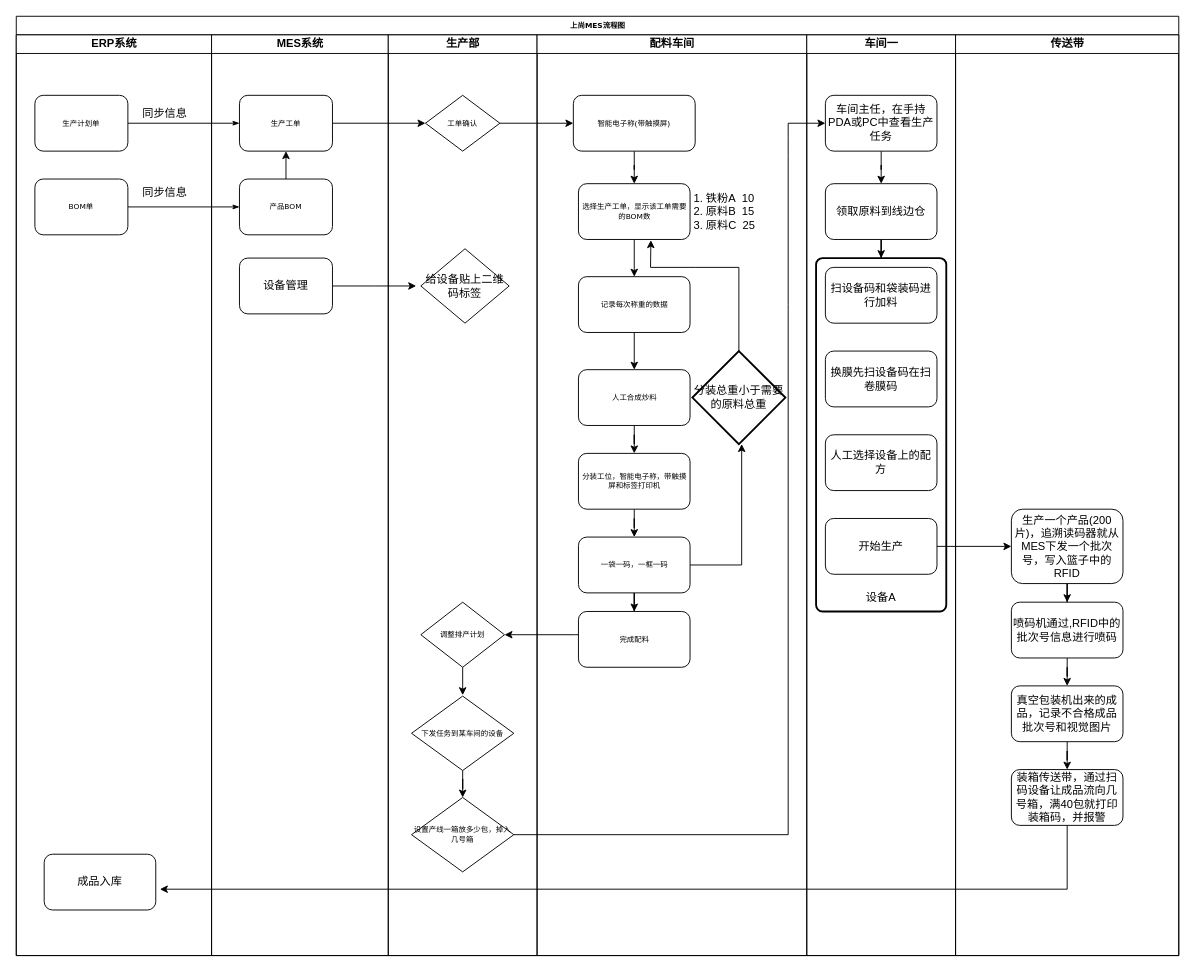
Earlier version of the draw.io diagram data/MES.drawio (chenyanxi/hosts). Source tidied: cells renumbered, new cells numbered last; positions are measured from the earlier drawing's top-left corner, leaving out a move shared by most shapes. Both pictures are drawn from the tidied source at 93%, with x=0, y=0 at pixel (16, 16).
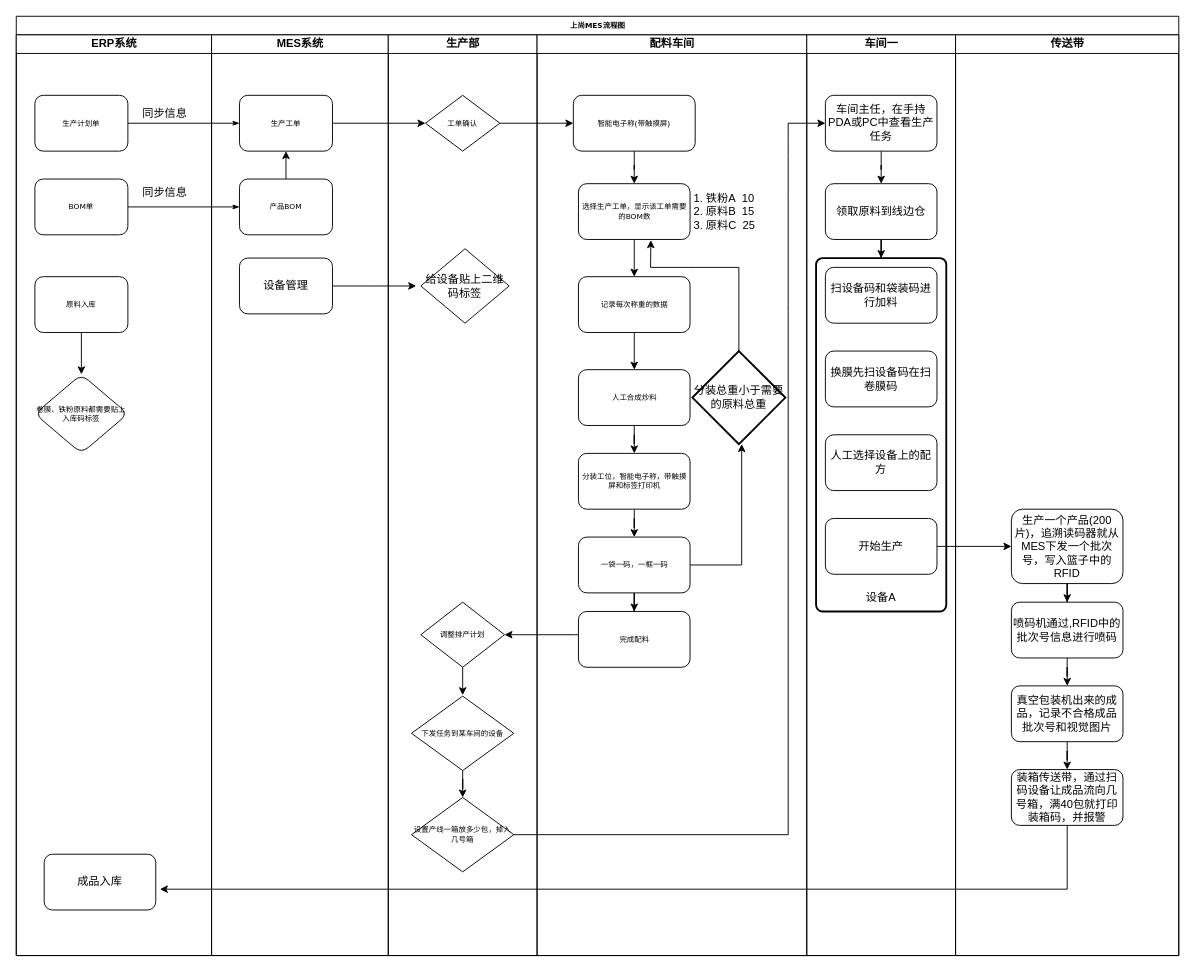
After the change.

Unchanged cells that the change refers to:
```xml
<mxCell id="5" value="ERP系统" style="swimlane;html=1;startSize=20;" parent="2" vertex="1">
  <mxGeometry y="20" width="210" height="990" as="geometry" />
</mxCell>
```

The edit, as a diff of the source:
```diff
@@
+    <mxCell id="71" style="edgeStyle=orthogonalEdgeStyle;rounded=0;jettySize=auto;html=1;" parent="5" edge="1" source="72" target="73">
+      <mxGeometry relative="1" as="geometry" />
+    </mxCell>
+    <mxCell id="72" value="原料入库" style="whiteSpace=wrap;html=1;fontSize=8;fontFamily=Verdana;rounded=1;shadow=0;labelBackgroundColor=none;strokeWidth=1;" parent="5" vertex="1">
+      <mxGeometry x="20" y="260" width="100" height="60" as="geometry" />
+    </mxCell>
+    <mxCell id="73" value="卷膜、铁粉原料都需要贴上入库码标签" style="rhombus;whiteSpace=wrap;html=1;fontSize=8;fontFamily=Verdana;rounded=1;shadow=0;labelBackgroundColor=none;strokeWidth=1;" parent="5" vertex="1">
+      <mxGeometry x="20" y="365" width="100" height="85" as="geometry" />
+    </mxCell>
```
